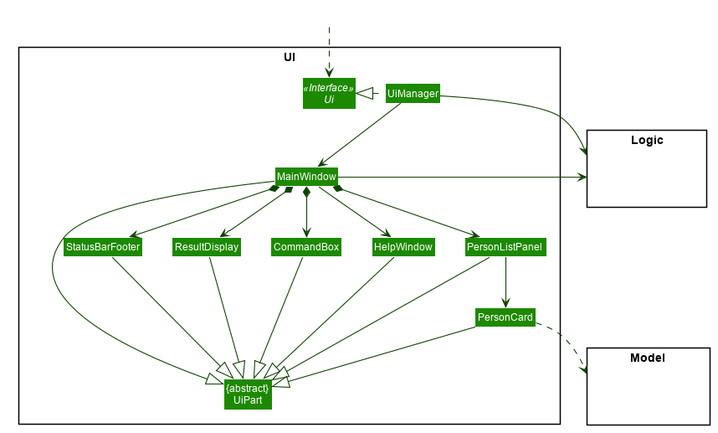
This is docs/images/UiClassDiagram.png from nus-cs2103-AY1920S1/addressbook-level3, a PlantUML export, as it was before one commit. The source it was exported from:
```plantuml
@startuml








skinparam BackgroundColor #FFFFFFF

skinparam Shadowing false

skinparam Class {
    FontColor #FFFFFF
    BorderThickness 1
    BorderColor #FFFFFF
    StereotypeFontColor #FFFFFF
    FontName Arial
}

skinparam Actor {
    BorderColor #000000
    Color #000000
    FontName Arial
}

skinparam Sequence {
    MessageAlign center
    BoxFontSize 15
    BoxPadding 0
    BoxFontColor #FFFFFF
    FontName Arial
}

skinparam Participant {
    FontColor #FFFFFFF
    Padding 20
}

skinparam MinClassWidth 50
skinparam ParticipantPadding 10
skinparam Shadowing false
skinparam DefaultTextAlignment center
skinparam packageStyle Rectangle

hide footbox
hide members
hide circle
skinparam arrowThickness 1.1
skinparam arrowColor #0E4100
skinparam classBackgroundColor #1D8900

package UI <<Rectangle>>{
Interface Ui <<Interface>>
Class "{abstract}\nUiPart" as UiPart
Class UiManager
Class MainWindow
Class HelpWindow
Class ResultDisplay
Class PersonListPanel
Class PersonCard
Class StatusBarFooter
Class CommandBox
}

package Model <<Rectangle>> {
Class HiddenModel #FFFFFF
}

package Logic <<Rectangle>> {
Class HiddenLogic #FFFFFF
}

Class HiddenOutside #FFFFFF
HiddenOutside ..> Ui

UiManager .left.|> Ui
UiManager -down-> MainWindow
MainWindow --> HelpWindow
MainWindow *-down-> CommandBox
MainWindow *-down-> ResultDisplay
MainWindow *-down-> PersonListPanel
MainWindow *-down-> StatusBarFooter

PersonListPanel -down-> PersonCard

MainWindow -left-|> UiPart

ResultDisplay --|> UiPart
CommandBox --|> UiPart
PersonListPanel --|> UiPart
PersonCard --|> UiPart
StatusBarFooter --|> UiPart
HelpWindow -down-|> UiPart

PersonCard ..> Model
UiManager -right-> Logic
MainWindow -left-> Logic

PersonListPanel -[hidden]left- HelpWindow
HelpWindow -[hidden]left- CommandBox
CommandBox -[hidden]left- ResultDisplay
ResultDisplay -[hidden]left- StatusBarFooter

MainWindow -[hidden]-|> UiPart
@enduml
```
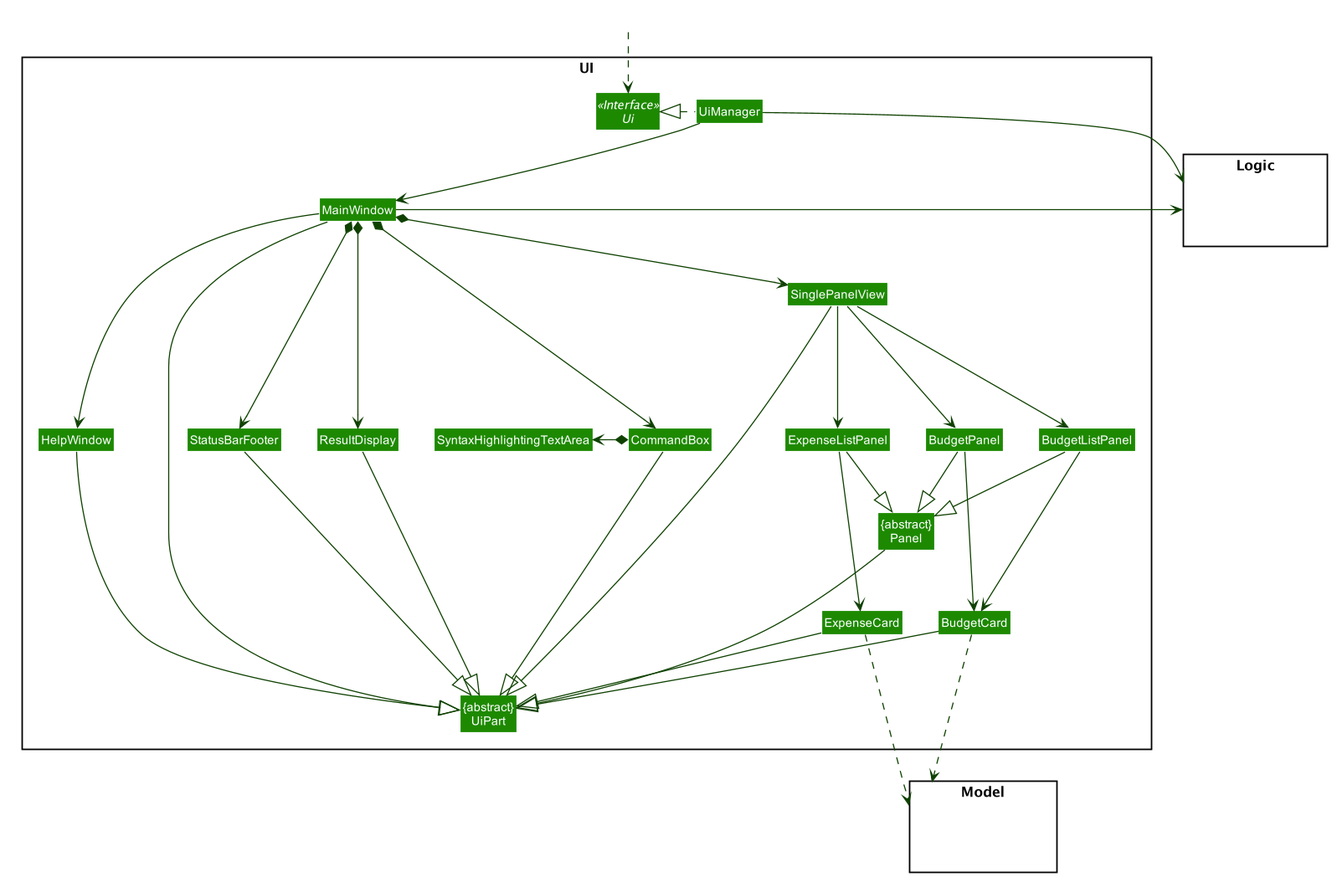
Above is the later version.

The edit, as a diff of the source:
```diff
@@ -57,11 +57,18 @@
 Class UiManager
 Class MainWindow
 Class HelpWindow
-Class ResultDisplay
-Class PersonListPanel
-Class PersonCard
+Class SinglePanelView
+Class ExpenseCard
 Class StatusBarFooter
 Class CommandBox
+Class ResultDisplay
+Class ExpenseListPanel
+Class BudgetListPanel
+Class BudgetPanel
+Class BudgetCard
+Class "{abstract}\nPanel" as Panel
+Class SyntaxHighlightingTextArea
+
 }
 
 package Model <<Rectangle>> {
@@ -80,25 +87,43 @@
 MainWindow --> HelpWindow
 MainWindow *-down-> CommandBox
 MainWindow *-down-> ResultDisplay
-MainWindow *-down-> PersonListPanel
+MainWindow *-down-> SinglePanelView
 MainWindow *-down-> StatusBarFooter
 
-PersonListPanel -down-> PersonCard
+BudgetPanel -down--> BudgetCard
+ExpenseListPanel -down-> ExpenseCard
+BudgetListPanel -down-> BudgetCard
 
 MainWindow -left-|> UiPart
 
+CommandBox --|> UiPart
 ResultDisplay --|> UiPart
-CommandBox --|> UiPart
-PersonListPanel --|> UiPart
-PersonCard --|> UiPart
-StatusBarFooter --|> UiPart
+SinglePanelView ---|> UiPart
+StatusBarFooter ---|> UiPart
 HelpWindow -down-|> UiPart
+ExpenseCard --|> UiPart
+BudgetCard --|> UiPart
+Panel --|> UiPart
 
-PersonCard ..> Model
+CommandBox *-left-> SyntaxHighlightingTextArea
+
+ExpenseListPanel --|> Panel
+BudgetListPanel --|> Panel
+BudgetPanel --|> Panel
+
+
+SinglePanelView ---> ExpenseListPanel
+SinglePanelView ---> BudgetListPanel
+SinglePanelView ---> BudgetPanel
+
+
+BudgetCard ...> Model
+ExpenseCard ..> Model
+
 UiManager -right-> Logic
 MainWindow -left-> Logic
 
-PersonListPanel -[hidden]left- HelpWindow
+ExpenseListPanel -[hidden]left- HelpWindow
 HelpWindow -[hidden]left- CommandBox
 CommandBox -[hidden]left- ResultDisplay
 ResultDisplay -[hidden]left- StatusBarFooter
```
